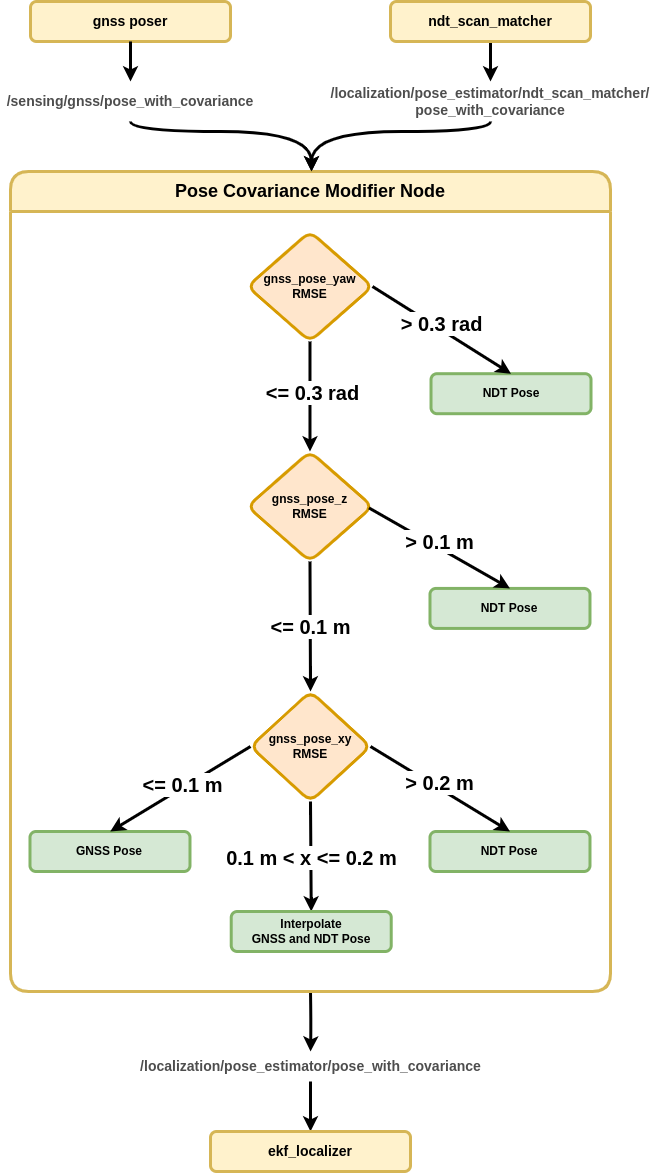
This is localization/autoware_pose_covariance_modifier_node/media/new_proposal-proposal-extended-proposal.drawio.png from autowarefoundation/autoware.universe, a draw.io export, as it was before one commit. Source tidied: cells renumbered, new cells last; positions are measured from the earlier drawing's top-left corner, leaving out a move shared by most shapes.
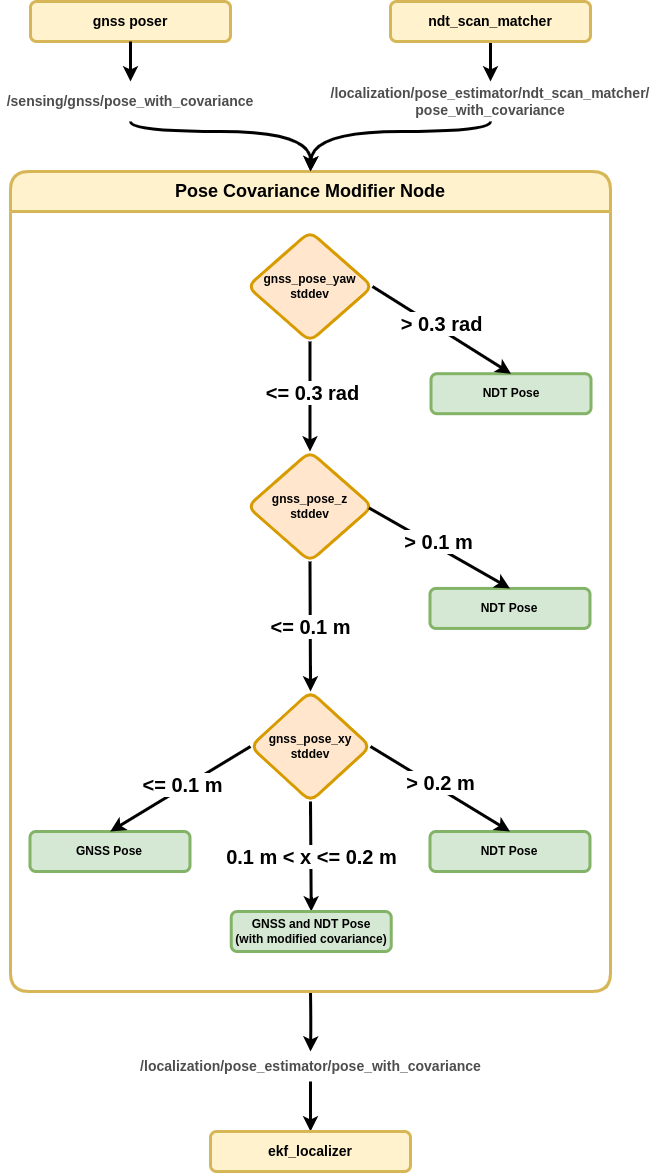
After the change.

Diff of the diagram source:
```diff
@@ -21,7 +21,7 @@
     <mxCell id="5" value="&lt;span style=&quot;font-size: 18px;&quot;&gt;Pose Covariance Modifier Node&lt;/span&gt;" style="swimlane;whiteSpace=wrap;html=1;startSize=40;strokeWidth=3;fillColor=#fff2cc;strokeColor=#d6b656;rounded=1;" parent="1" vertex="1">
       <mxGeometry x="10" y="170" width="600" height="820" as="geometry" />
     </mxCell>
-    <mxCell id="6" value="&lt;div&gt;gnss_pose_xy&lt;/div&gt;&lt;div&gt;RMSE&lt;br&gt;&lt;/div&gt;" style="rhombus;whiteSpace=wrap;html=1;fillColor=#ffe6cc;strokeColor=#d79b00;rounded=1;strokeWidth=3;align=center;verticalAlign=middle;fontFamily=Helvetica;fontSize=12;fontStyle=1;" parent="5" vertex="1">
+    <mxCell id="6" value="&lt;div&gt;gnss_pose_xy&lt;/div&gt;&lt;div&gt;stddev&lt;br&gt;&lt;/div&gt;" style="rhombus;whiteSpace=wrap;html=1;fillColor=#ffe6cc;strokeColor=#d79b00;rounded=1;strokeWidth=3;align=center;verticalAlign=middle;fontFamily=Helvetica;fontSize=12;fontStyle=1;" parent="5" vertex="1">
       <mxGeometry x="240" y="520" width="120" height="110" as="geometry" />
     </mxCell>
     <mxCell id="7" style="endArrow=classic;html=1;rounded=0;entryX=0.5;entryY=0;entryDx=0;entryDy=0;exitX=0.5;exitY=1;exitDx=0;exitDy=0;curved=1;strokeWidth=3;" parent="5" edge="1" source="6" target="15">
@@ -52,10 +52,10 @@
         <mxPoint x="-1" y="-7" as="offset" />
       </mxGeometry>
     </mxCell>
-    <mxCell id="15" value="Interpolate&lt;div&gt;GNSS and NDT Pose&lt;/div&gt;" style="rounded=1;whiteSpace=wrap;html=1;fillColor=#d5e8d4;strokeColor=#82b366;strokeWidth=3;align=center;verticalAlign=middle;fontFamily=Helvetica;fontSize=12;fontStyle=1;" parent="5" vertex="1">
+    <mxCell id="15" value="&lt;div&gt;GNSS and NDT Pose&lt;/div&gt;&lt;div&gt;(with modified covariance)&lt;/div&gt;" style="rounded=1;whiteSpace=wrap;html=1;fillColor=#d5e8d4;strokeColor=#82b366;strokeWidth=3;align=center;verticalAlign=middle;fontFamily=Helvetica;fontSize=12;fontStyle=1;" parent="5" vertex="1">
       <mxGeometry x="220.7" y="740" width="160" height="40" as="geometry" />
     </mxCell>
-    <mxCell id="16" value="&lt;div&gt;gnss_pose_yaw&lt;/div&gt;&lt;div&gt;RMSE&lt;br&gt;&lt;/div&gt;" style="rhombus;whiteSpace=wrap;html=1;fillColor=#ffe6cc;strokeColor=#d79b00;rounded=1;strokeWidth=3;align=center;verticalAlign=middle;fontFamily=Helvetica;fontSize=12;fontStyle=1;" parent="5" vertex="1">
+    <mxCell id="16" value="&lt;div&gt;gnss_pose_yaw&lt;/div&gt;&lt;div&gt;stddev&lt;br&gt;&lt;/div&gt;" style="rhombus;whiteSpace=wrap;html=1;fillColor=#ffe6cc;strokeColor=#d79b00;rounded=1;strokeWidth=3;align=center;verticalAlign=middle;fontFamily=Helvetica;fontSize=12;fontStyle=1;" parent="5" vertex="1">
       <mxGeometry x="237" y="60" width="125" height="110" as="geometry" />
     </mxCell>
     <mxCell id="17" value="NDT Pose" style="rounded=1;whiteSpace=wrap;html=1;fillColor=#d5e8d4;strokeColor=#82b366;strokeWidth=3;align=center;verticalAlign=middle;fontFamily=Helvetica;fontSize=12;fontStyle=1;" parent="5" vertex="1">
@@ -69,7 +69,7 @@
         <mxPoint x="-1" y="-7" as="offset" />
       </mxGeometry>
     </mxCell>
-    <mxCell id="20" value="&lt;div&gt;gnss_pose_z&lt;/div&gt;&lt;div&gt;RMSE&lt;br&gt;&lt;/div&gt;" style="rhombus;whiteSpace=wrap;html=1;fillColor=#ffe6cc;strokeColor=#d79b00;rounded=1;strokeWidth=3;align=center;verticalAlign=middle;fontFamily=Helvetica;fontSize=12;fontStyle=1;" parent="5" vertex="1">
+    <mxCell id="20" value="&lt;div&gt;gnss_pose_z&lt;/div&gt;&lt;div&gt;stddev&lt;br&gt;&lt;/div&gt;" style="rhombus;whiteSpace=wrap;html=1;fillColor=#ffe6cc;strokeColor=#d79b00;rounded=1;strokeWidth=3;align=center;verticalAlign=middle;fontFamily=Helvetica;fontSize=12;fontStyle=1;" parent="5" vertex="1">
       <mxGeometry x="237" y="280" width="125" height="110" as="geometry" />
     </mxCell>
     <mxCell id="21" value="NDT Pose" style="rounded=1;whiteSpace=wrap;html=1;fillColor=#d5e8d4;strokeColor=#82b366;strokeWidth=3;align=center;verticalAlign=middle;fontFamily=Helvetica;fontSize=12;fontStyle=1;" parent="5" vertex="1">
```
